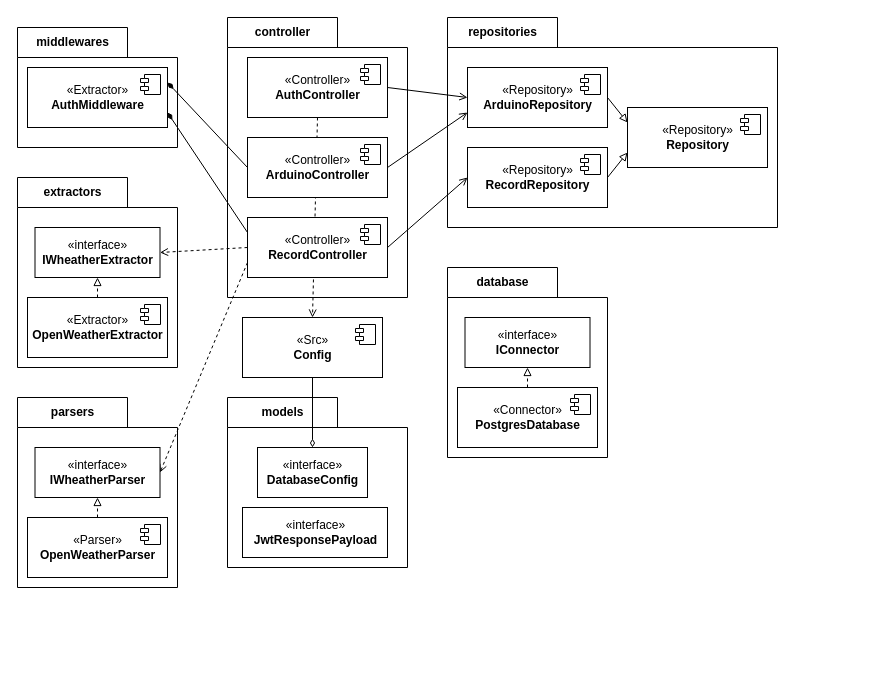
Earlier version of the draw.io diagram api/docs/diagramas/Componentes de arquitetura.drawio (gustapinto/fatec_dsm_pi_quarto_semestre). Source tidied: cells renumbered, new cells numbered last; positions are measured from the earlier drawing's top-left corner, leaving out a move shared by most shapes. Both pictures are drawn from the tidied source at 100%, with x=0, y=0 at pixel (17, 17).
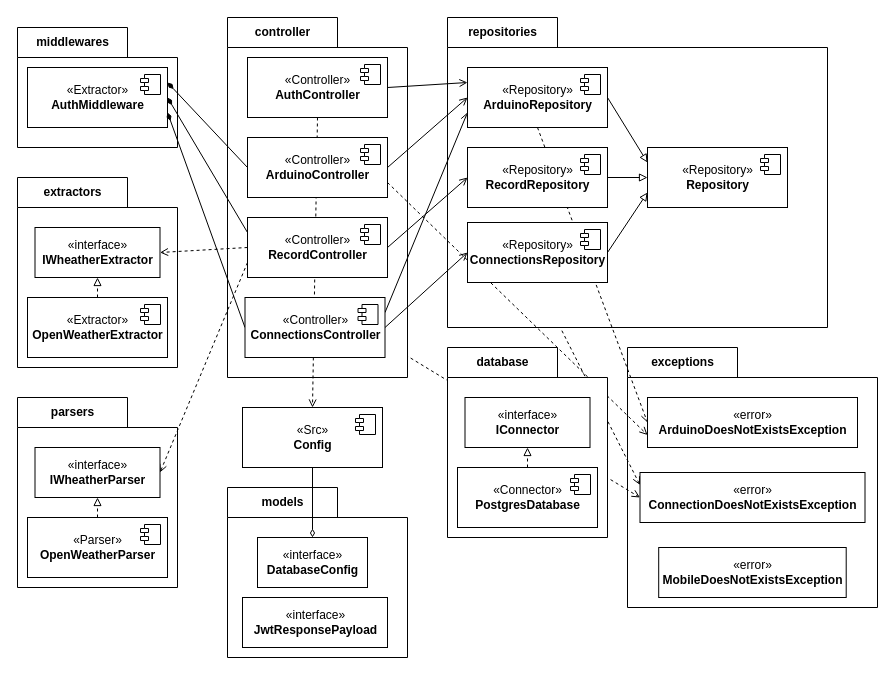
After the change.

The change refers to these unchanged cells:
```xml
<mxCell id="11" value="«Controller»&lt;br&gt;&lt;b&gt;AuthController&lt;/b&gt;" style="html=1;" parent="1" vertex="1">
  <mxGeometry x="230" y="40" width="140" height="60" as="geometry" />
</mxCell>
<mxCell id="15" value="«Repository»&lt;br&gt;&lt;b&gt;ArduinoRepository&lt;/b&gt;" style="html=1;" parent="1" vertex="1">
  <mxGeometry x="450" y="50" width="140" height="60" as="geometry" />
</mxCell>
<mxCell id="20" value="«Repository»&lt;br&gt;&lt;b&gt;RecordRepository&lt;/b&gt;" style="html=1;" parent="1" vertex="1">
  <mxGeometry x="450" y="130" width="140" height="60" as="geometry" />
</mxCell>
<mxCell id="24" value="«Controller»&lt;br&gt;&lt;b&gt;ArduinoController&lt;/b&gt;" style="html=1;" parent="1" vertex="1">
  <mxGeometry x="230" y="120" width="140" height="60" as="geometry" />
</mxCell>
<mxCell id="30" value="«Controller»&lt;br&gt;&lt;b&gt;RecordController&lt;/b&gt;" style="html=1;" parent="1" vertex="1">
  <mxGeometry x="230" y="200" width="140" height="60" as="geometry" />
</mxCell>
<mxCell id="40" value="&lt;div&gt;«Extractor»&lt;b&gt;&lt;br&gt;&lt;/b&gt;&lt;/div&gt;&lt;div&gt;&lt;b&gt;AuthMiddleware&lt;/b&gt;&lt;/div&gt;" style="html=1;" parent="1" vertex="1">
  <mxGeometry x="10" y="50" width="140" height="60" as="geometry" />
</mxCell>
```

What changed in the source:
```diff
@@
+    <mxCell id="52" value="exceptions" style="shape=folder;fontStyle=1;tabWidth=110;tabHeight=30;tabPosition=left;html=1;boundedLbl=1;labelInHeader=1;" parent="1" vertex="1">
+      <mxGeometry x="610" y="330" width="250" height="260" as="geometry" />
+    </mxCell>
+    <mxCell id="53" style="edgeStyle=none;rounded=0;jettySize=auto;html=1;exitX=0.5;exitY=1;exitDx=0;exitDy=0;entryX=0;entryY=0.25;entryDx=0;entryDy=0;dashed=1;endArrow=open;endFill=0;" parent="1" edge="1" source="63" target="66">
+      <mxGeometry relative="1" as="geometry" />
+    </mxCell>
+    <mxCell id="54" style="edgeStyle=none;rounded=0;jettySize=auto;html=1;exitX=1;exitY=0.75;exitDx=0;exitDy=0;entryX=0;entryY=0.5;entryDx=0;entryDy=0;dashed=1;endArrow=open;endFill=0;" parent="1" edge="1" source="60" target="66">
+      <mxGeometry relative="1" as="geometry" />
+    </mxCell>
     <mxCell id="2" value="models" style="shape=folder;fontStyle=1;tabWidth=110;tabHeight=30;tabPosition=left;html=1;boundedLbl=1;labelInHeader=1;" parent="1" vertex="1">
-      <mxGeometry x="210" y="380" width="180" height="170" as="geometry" />
+      <mxGeometry x="210" y="470" width="180" height="170" as="geometry" />
     </mxCell>
@@
     <mxCell id="6" value="controller" style="shape=folder;fontStyle=1;tabWidth=110;tabHeight=30;tabPosition=left;html=1;boundedLbl=1;labelInHeader=1;" parent="1" vertex="1">
-      <mxGeometry x="210" width="180" height="280" as="geometry" />
+      <mxGeometry x="210" width="180" height="360" as="geometry" />
     </mxCell>
     <mxCell id="7" value="&lt;div&gt;repositories&lt;/div&gt;" style="shape=folder;fontStyle=1;tabWidth=110;tabHeight=30;tabPosition=left;html=1;boundedLbl=1;labelInHeader=1;" parent="1" vertex="1">
-      <mxGeometry x="430" width="330" height="210" as="geometry" />
+      <mxGeometry x="430" width="380" height="310" as="geometry" />
     </mxCell>
-    <mxCell id="8" style="rounded=0;jettySize=auto;html=1;exitX=1;exitY=0.5;exitDx=0;exitDy=0;entryX=0;entryY=0.5;entryDx=0;entryDy=0;endArrow=open;endFill=0;" parent="1" edge="1" source="11" target="15">
+    <mxCell id="8" style="rounded=0;jettySize=auto;html=1;exitX=1;exitY=0.5;exitDx=0;exitDy=0;entryX=0;entryY=0.25;entryDx=0;entryDy=0;endArrow=open;endFill=0;" parent="1" edge="1" source="11" target="15">
       <mxGeometry relative="1" as="geometry" />
     </mxCell>
@@
+    <mxCell id="55" style="edgeStyle=none;rounded=0;jettySize=auto;html=1;exitX=0.5;exitY=1;exitDx=0;exitDy=0;entryX=0;entryY=0.5;entryDx=0;entryDy=0;dashed=1;endArrow=open;endFill=0;" parent="1" edge="1" source="15" target="65">
+      <mxGeometry relative="1" as="geometry" />
+    </mxCell>
@@
     <mxCell id="17" value="«Repository»&lt;br&gt;&lt;b&gt;Repository&lt;/b&gt;" style="html=1;" parent="1" vertex="1">
-      <mxGeometry x="610" y="90" width="140" height="60" as="geometry" />
+      <mxGeometry x="630" y="130" width="140" height="60" as="geometry" />
     </mxCell>
@@
-    <mxCell id="19" style="rounded=0;jettySize=auto;html=1;exitX=1;exitY=0.5;exitDx=0;exitDy=0;entryX=0;entryY=0.75;entryDx=0;entryDy=0;endArrow=block;endFill=0;" parent="1" edge="1" source="20" target="17">
+    <mxCell id="19" style="rounded=0;jettySize=auto;html=1;exitX=1;exitY=0.5;exitDx=0;exitDy=0;entryX=0;entryY=0.5;entryDx=0;entryDy=0;endArrow=block;endFill=0;" parent="1" edge="1" source="20" target="17">
       <mxGeometry relative="1" as="geometry" />
     </mxCell>
@@
-    <mxCell id="22" style="edgeStyle=none;rounded=0;jettySize=auto;html=1;exitX=1;exitY=0.5;exitDx=0;exitDy=0;entryX=0;entryY=0.75;entryDx=0;entryDy=0;endArrow=open;endFill=0;" parent="1" edge="1" source="24" target="15">
+    <mxCell id="22" style="edgeStyle=none;rounded=0;jettySize=auto;html=1;exitX=1;exitY=0.5;exitDx=0;exitDy=0;entryX=0;entryY=0.5;entryDx=0;entryDy=0;endArrow=open;endFill=0;" parent="1" edge="1" source="24" target="15">
       <mxGeometry relative="1" as="geometry" />
     </mxCell>
@@
+    <mxCell id="56" style="edgeStyle=none;rounded=0;jettySize=auto;html=1;exitX=1;exitY=0.75;exitDx=0;exitDy=0;entryX=0;entryY=0.75;entryDx=0;entryDy=0;endArrow=open;endFill=0;dashed=1;" parent="1" edge="1" source="24" target="65">
+      <mxGeometry relative="1" as="geometry" />
+    </mxCell>
@@
-    <mxCell id="29" style="edgeStyle=none;rounded=0;jettySize=auto;html=1;exitX=0;exitY=0.25;exitDx=0;exitDy=0;entryX=1;entryY=0.75;entryDx=0;entryDy=0;endArrow=diamondThin;endFill=1;" parent="1" edge="1" source="30" target="40">
+    <mxCell id="29" style="edgeStyle=none;rounded=0;jettySize=auto;html=1;exitX=0;exitY=0.25;exitDx=0;exitDy=0;entryX=1;entryY=0.5;entryDx=0;entryDy=0;endArrow=diamondThin;endFill=1;" parent="1" edge="1" source="30" target="40">
       <mxGeometry relative="1" as="geometry" />
     </mxCell>
@@
     <mxCell id="43" value="&lt;div&gt;«Src»&lt;/div&gt;&lt;div&gt;&lt;b&gt;Config&lt;/b&gt;&lt;/div&gt;" style="html=1;" parent="1" vertex="1">
-      <mxGeometry x="225" y="300" width="140" height="60" as="geometry" />
+      <mxGeometry x="225" y="390" width="140" height="60" as="geometry" />
     </mxCell>
@@
     <mxCell id="45" value="«interface»&lt;br&gt;&lt;div&gt;&lt;b&gt;DatabaseConfig&lt;/b&gt;&lt;/div&gt;" style="html=1;" parent="1" vertex="1">
-      <mxGeometry x="240" y="430" width="110" height="50" as="geometry" />
+      <mxGeometry x="240" y="520" width="110" height="50" as="geometry" />
     </mxCell>
     <mxCell id="46" value="«interface»&lt;br&gt;&lt;div&gt;&lt;b&gt;JwtResponsePayload&lt;/b&gt;&lt;/div&gt;" style="html=1;" parent="1" vertex="1">
-      <mxGeometry x="225" y="490" width="145" height="50" as="geometry" />
+      <mxGeometry x="225" y="580" width="145" height="50" as="geometry" />
     </mxCell>
     <mxCell id="47" value="database" style="shape=folder;fontStyle=1;tabWidth=110;tabHeight=30;tabPosition=left;html=1;boundedLbl=1;labelInHeader=1;" parent="1" vertex="1">
-      <mxGeometry x="430" y="250" width="160" height="190" as="geometry" />
+      <mxGeometry x="430" y="330" width="160" height="190" as="geometry" />
     </mxCell>
     <mxCell id="48" value="&lt;div&gt;«interface»&lt;b&gt;&lt;br&gt;&lt;/b&gt;&lt;/div&gt;&lt;b&gt;IConnector&lt;/b&gt;" style="html=1;" parent="1" vertex="1">
-      <mxGeometry x="447.5" y="300" width="125" height="50" as="geometry" />
+      <mxGeometry x="447.5" y="380" width="125" height="50" as="geometry" />
     </mxCell>
@@
     <mxCell id="50" value="&lt;div&gt;«Connector»&lt;b&gt;&lt;br&gt;&lt;/b&gt;&lt;/div&gt;&lt;div&gt;&lt;b&gt;PostgresDatabase&lt;/b&gt;&lt;/div&gt;" style="html=1;" parent="1" vertex="1">
-      <mxGeometry x="440" y="370" width="140" height="60" as="geometry" />
+      <mxGeometry x="440" y="450" width="140" height="60" as="geometry" />
     </mxCell>
@@
+    <mxCell id="57" style="rounded=0;jettySize=auto;html=1;exitX=0;exitY=0.5;exitDx=0;exitDy=0;entryX=1;entryY=0.75;entryDx=0;entryDy=0;endArrow=diamondThin;endFill=1;" parent="1" edge="1" source="60" target="40">
+      <mxGeometry relative="1" as="geometry" />
+    </mxCell>
+    <mxCell id="58" style="edgeStyle=none;rounded=0;jettySize=auto;html=1;exitX=1;exitY=0.25;exitDx=0;exitDy=0;entryX=0;entryY=0.75;entryDx=0;entryDy=0;endArrow=open;endFill=0;" parent="1" edge="1" source="60" target="15">
+      <mxGeometry relative="1" as="geometry" />
+    </mxCell>
+    <mxCell id="59" style="edgeStyle=none;rounded=0;jettySize=auto;html=1;exitX=1;exitY=0.5;exitDx=0;exitDy=0;entryX=0;entryY=0.5;entryDx=0;entryDy=0;endArrow=open;endFill=0;" parent="1" edge="1" source="60" target="63">
+      <mxGeometry relative="1" as="geometry" />
+    </mxCell>
+    <mxCell id="60" value="«Controller»&lt;br&gt;&lt;div&gt;&lt;b&gt;ConnectionsController&lt;/b&gt;&lt;/div&gt;" style="html=1;" parent="1" vertex="1">
+      <mxGeometry x="227.5" y="280" width="140" height="60" as="geometry" />
+    </mxCell>
+    <mxCell id="61" style="shape=module;jettyWidth=8;jettyHeight=4;" parent="60" vertex="1">
+      <mxGeometry x="1" width="20" height="20" relative="1" as="geometry">
+        <mxPoint x="-27" y="7" as="offset" />
+      </mxGeometry>
+    </mxCell>
+    <mxCell id="62" style="edgeStyle=none;rounded=0;jettySize=auto;html=1;exitX=1;exitY=0.5;exitDx=0;exitDy=0;entryX=0;entryY=0.75;entryDx=0;entryDy=0;endArrow=block;endFill=0;" parent="1" edge="1" source="63" target="17">
+      <mxGeometry relative="1" as="geometry" />
+    </mxCell>
+    <mxCell id="63" value="«Repository»&lt;br&gt;&lt;b&gt;ConnectionsRepository&lt;/b&gt;" style="html=1;" parent="1" vertex="1">
+      <mxGeometry x="450" y="205" width="140" height="60" as="geometry" />
+    </mxCell>
+    <mxCell id="64" style="shape=module;jettyWidth=8;jettyHeight=4;" parent="63" vertex="1">
+      <mxGeometry x="1" width="20" height="20" relative="1" as="geometry">
+        <mxPoint x="-27" y="7" as="offset" />
+      </mxGeometry>
+    </mxCell>
+    <mxCell id="65" value="«error»&lt;br&gt;&lt;div&gt;&lt;b&gt;ArduinoDoesNotExistsException&lt;/b&gt;&lt;/div&gt;" style="html=1;" parent="1" vertex="1">
+      <mxGeometry x="630" y="380" width="210" height="50" as="geometry" />
+    </mxCell>
+    <mxCell id="66" value="«error»&lt;br&gt;&lt;div&gt;&lt;b&gt;ConnectionDoesNotExistsException&lt;/b&gt;&lt;/div&gt;" style="html=1;" parent="1" vertex="1">
+      <mxGeometry x="622.5" y="455" width="225" height="50" as="geometry" />
+    </mxCell>
+    <mxCell id="67" value="«error»&lt;br&gt;&lt;div&gt;&lt;b&gt;MobileDoesNotExistsException&lt;/b&gt;&lt;/div&gt;" style="html=1;" parent="1" vertex="1">
+      <mxGeometry x="641.2" y="530" width="187.5" height="50" as="geometry" />
+    </mxCell>
+    <mxCell id="68" style="edgeStyle=none;rounded=0;orthogonalLoop=1;jettySize=auto;html=1;exitX=0;exitY=0;exitDx=0;exitDy=135;exitPerimeter=0;endArrow=block;endFill=0;" parent="1" edge="1" source="52" target="52">
+      <mxGeometry relative="1" as="geometry" />
+    </mxCell>
```
